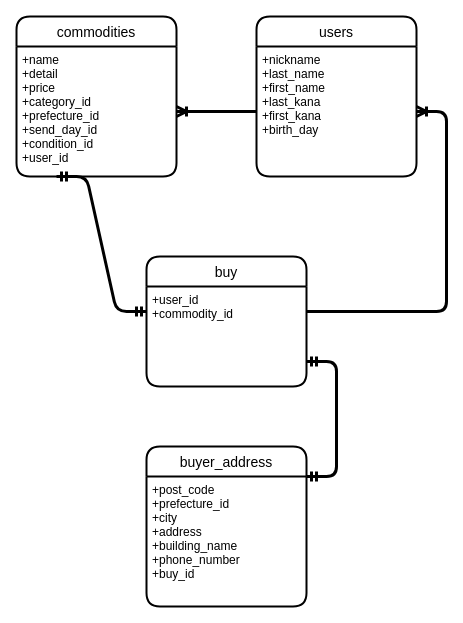
This is er_furima.dio from akitomato/furima-38266, a draw.io file, before an edit. Source tidied: cells renumbered, new cells numbered last; positions are measured from the earlier drawing's top-left corner, leaving out a move shared by most shapes. Both pictures are drawn from the tidied source at 100%, with x=0, y=0 at pixel (16, 16).
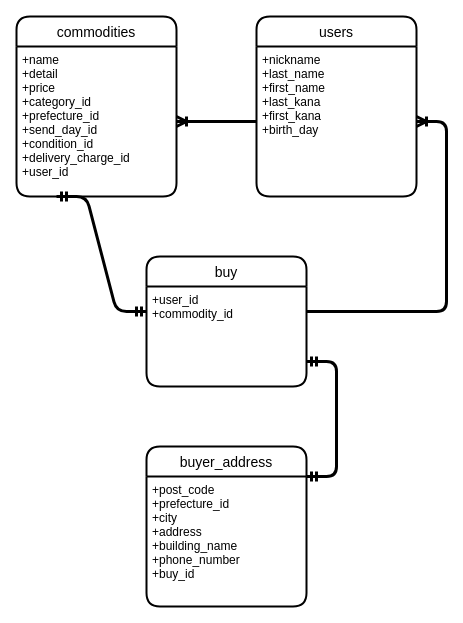
After the change.

The edit, as a diff of the source:
```diff
@@
 <mxGraphModel>
   <root>
     <mxCell id="0" />
     <mxCell id="1" parent="0" />
     <mxCell id="2" value="buy" style="swimlane;horizontal=1;startSize=30;rounded=1;fontSize=14;fontStyle=0;strokeWidth=2;shadow=0;dashed=0;align=center;" parent="1" vertex="1">
       <mxGeometry x="130" y="240" width="160" height="130" as="geometry" />
     </mxCell>
     <mxCell id="3" value="+user_id&#10;+commodity_id" style="align=left;strokeColor=none;fillColor=none;spacingLeft=4;fontSize=12;verticalAlign=top;" parent="2" vertex="1">
       <mxGeometry y="30" width="160" height="100" as="geometry" />
     </mxCell>
     <mxCell id="4" value="commodities" style="swimlane;horizontal=1;startSize=30;rounded=1;fontSize=14;fontStyle=0;strokeWidth=2;shadow=0;dashed=0;align=center;" parent="1" vertex="1">
-      <mxGeometry width="160" height="160" as="geometry" />
+      <mxGeometry width="160" height="180" as="geometry" />
     </mxCell>
-    <mxCell id="5" value="+name&#10;+detail&#10;+price&#10;+category_id&#10;+prefecture_id&#10;+send_day_id&#10;+condition_id&#10;+user_id&#10;" style="align=left;strokeColor=none;fillColor=none;spacingLeft=4;fontSize=12;verticalAlign=top;" parent="4" vertex="1">
-      <mxGeometry y="30" width="160" height="130" as="geometry" />
+    <mxCell id="5" value="+name&#10;+detail&#10;+price&#10;+category_id&#10;+prefecture_id&#10;+send_day_id&#10;+condition_id&#10;+delivery_charge_id&#10;+user_id&#10;" style="align=left;strokeColor=none;fillColor=none;spacingLeft=4;fontSize=12;verticalAlign=top;" parent="4" vertex="1">
+      <mxGeometry y="30" width="160" height="150" as="geometry" />
     </mxCell>
     <mxCell id="6" value="users" style="swimlane;horizontal=1;startSize=30;rounded=1;fontSize=14;fontStyle=0;strokeWidth=2;shadow=0;dashed=0;align=center;" parent="1" vertex="1">
-      <mxGeometry x="240" width="160" height="160" as="geometry" />
+      <mxGeometry x="240" width="160" height="180" as="geometry" />
     </mxCell>
     <mxCell id="7" value="+nickname&#10;+last_name&#10;+first_name&#10;+last_kana&#10;+first_kana&#10;+birth_day" style="align=left;strokeColor=none;fillColor=none;spacingLeft=4;fontSize=12;verticalAlign=top;" parent="6" vertex="1">
-      <mxGeometry y="30" width="160" height="130" as="geometry" />
+      <mxGeometry y="30" width="160" height="150" as="geometry" />
     </mxCell>
     <mxCell id="8" value="buyer_address" style="swimlane;horizontal=1;startSize=30;rounded=1;fontSize=14;fontStyle=0;strokeWidth=2;shadow=0;dashed=0;align=center;" parent="1" vertex="1">
       <mxGeometry x="130" y="430" width="160" height="160" as="geometry" />
     </mxCell>
     <mxCell id="9" value="+post_code&#10;+prefecture_id&#10;+city&#10;+address&#10;+building_name&#10;+phone_number&#10;+buy_id" style="align=left;strokeColor=none;fillColor=none;spacingLeft=4;fontSize=12;verticalAlign=top;" parent="8" vertex="1">
       <mxGeometry y="30" width="160" height="130" as="geometry" />
     </mxCell>
     <mxCell id="10" style="edgeStyle=entityRelationEdgeStyle;fontSize=12;html=1;endArrow=ERoneToMany;strokeWidth=3;exitX=0;exitY=0.5;exitDx=0;exitDy=0;" parent="1" edge="1" source="7" target="5">
       <mxGeometry relative="1" as="geometry" />
     </mxCell>
     <mxCell id="11" style="edgeStyle=entityRelationEdgeStyle;fontSize=12;html=1;endArrow=ERmandOne;startArrow=ERmandOne;strokeWidth=3;entryX=1;entryY=0.75;entryDx=0;entryDy=0;exitX=1;exitY=0;exitDx=0;exitDy=0;" parent="1" edge="1" source="9" target="3">
       <mxGeometry relative="1" as="geometry" />
     </mxCell>
     <mxCell id="12" style="edgeStyle=entityRelationEdgeStyle;fontSize=12;html=1;endArrow=ERmandOne;startArrow=ERmandOne;strokeWidth=3;exitX=0.25;exitY=1;exitDx=0;exitDy=0;entryX=0;entryY=0.25;entryDx=0;entryDy=0;" parent="1" edge="1" source="5" target="3">
       <mxGeometry relative="1" as="geometry" />
     </mxCell>
     <mxCell id="13" style="edgeStyle=none;html=1;fontSize=20;strokeWidth=3;" parent="1" edge="1">
       <mxGeometry relative="1" as="geometry">
         <mxPoint x="400" y="315" as="sourcePoint" />
         <mxPoint x="400" y="315" as="targetPoint" />
       </mxGeometry>
     </mxCell>
     <mxCell id="14" style="edgeStyle=entityRelationEdgeStyle;fontSize=12;html=1;endArrow=ERoneToMany;strokeWidth=3;exitX=1;exitY=0.25;exitDx=0;exitDy=0;" parent="1" edge="1" source="3" target="7">
       <mxGeometry relative="1" as="geometry">
         <Array as="points">
           <mxPoint x="440" y="300" />
         </Array>
       </mxGeometry>
     </mxCell>
   </root>
 </mxGraphModel>
```
